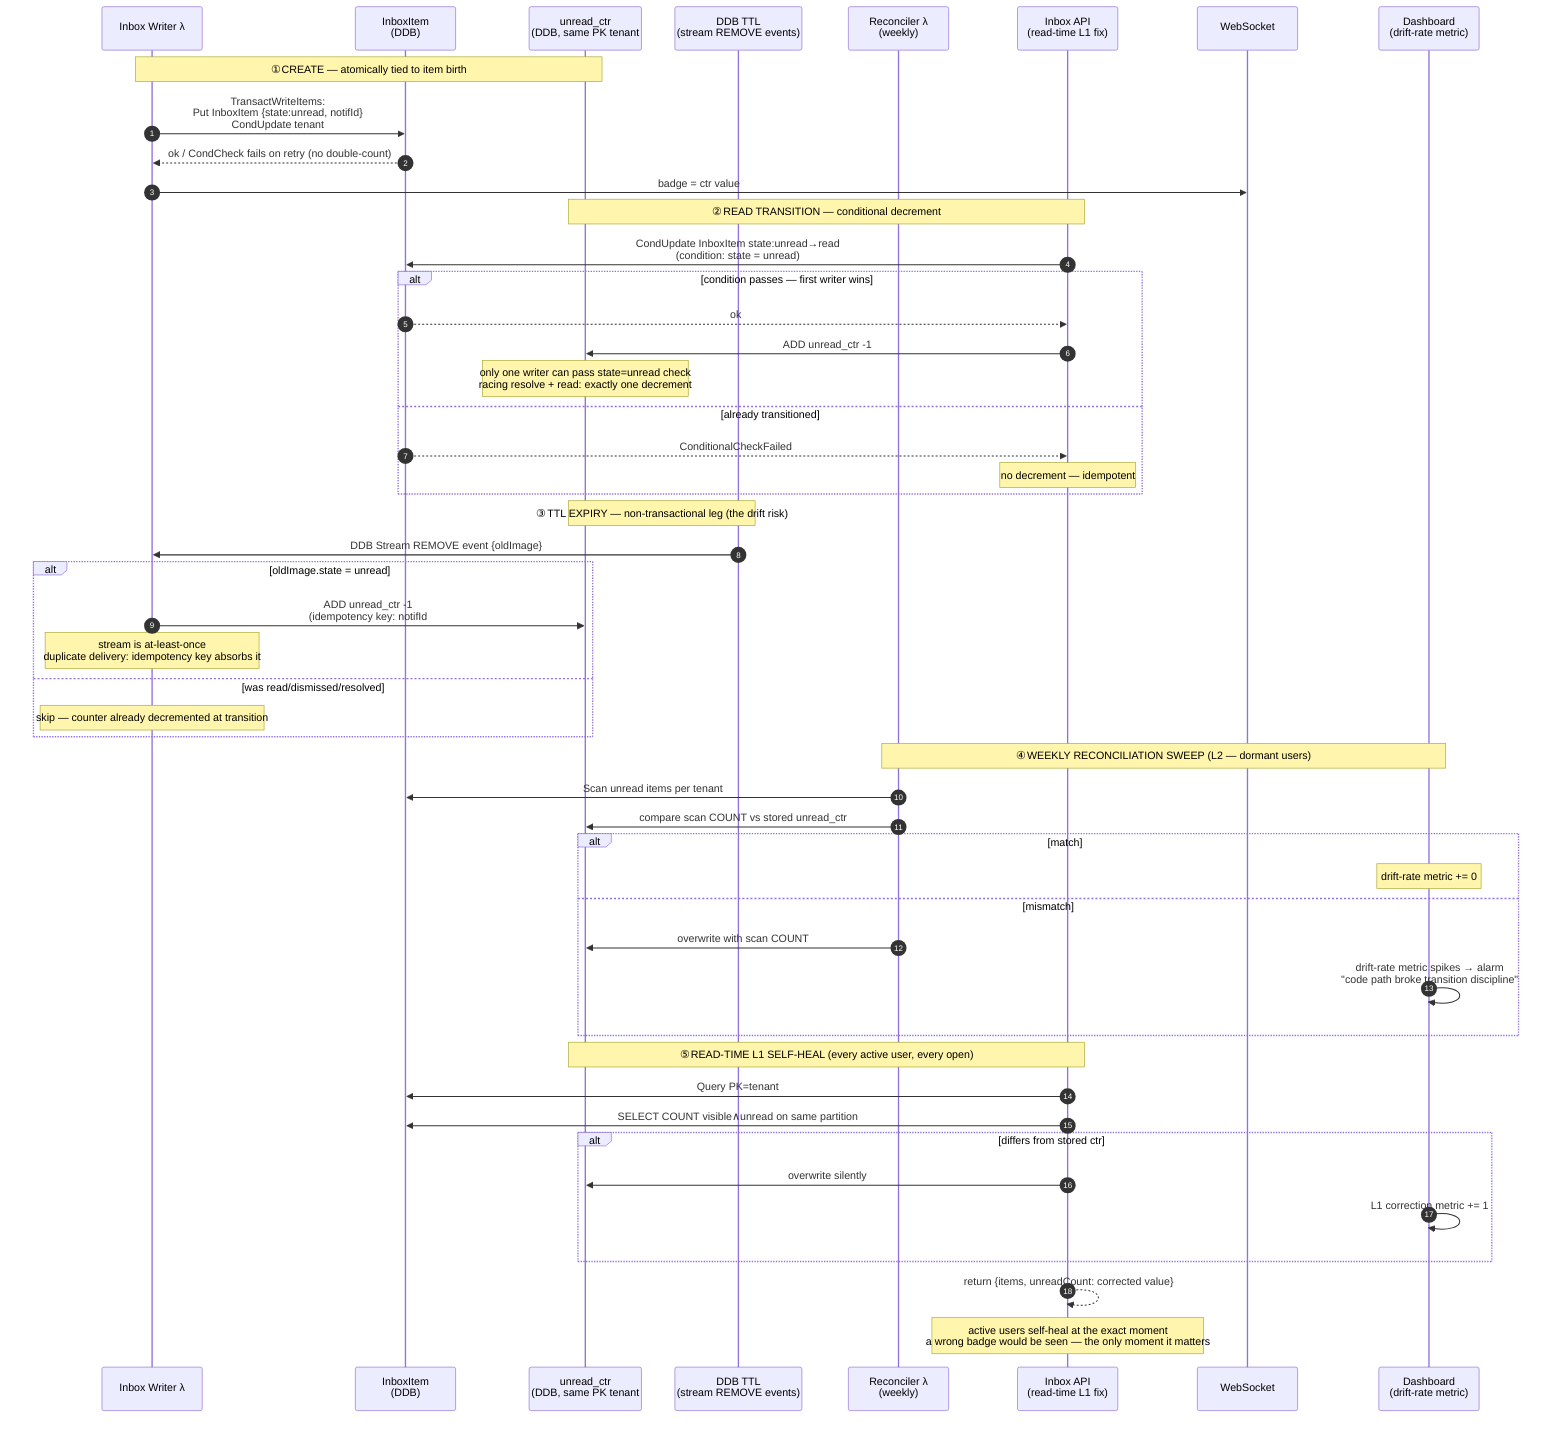
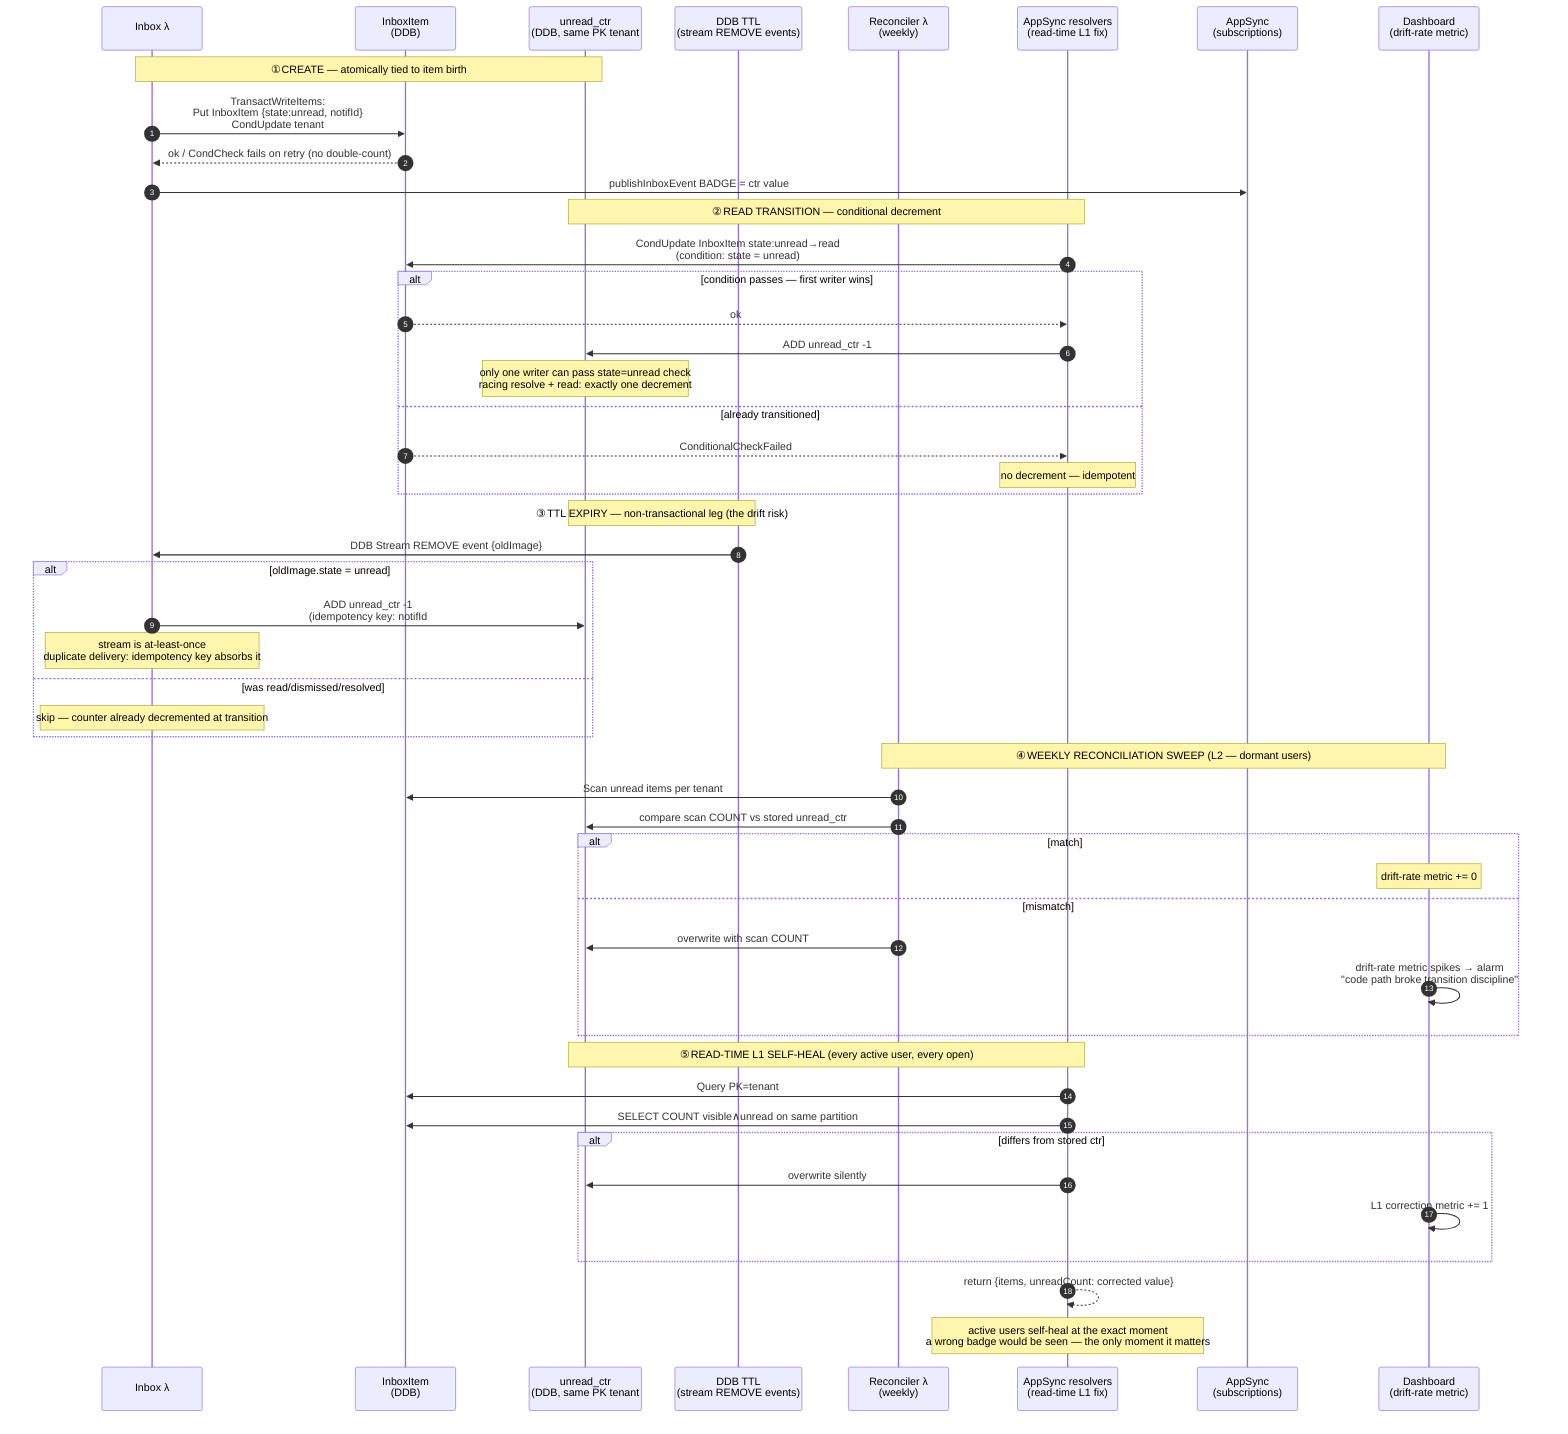
sequenceDiagram
    autonumber
-     participant IW as Inbox Writer λ
+     participant IW as Inbox λ
    participant DB as InboxItem<br/>(DDB)
    participant CTR as unread_ctr<br/>(DDB, same PK tenant#user)
    participant TTL as DDB TTL<br/>(stream REMOVE events)
    participant REC as Reconciler λ<br/>(weekly)
-     participant API as Inbox API<br/>(read-time L1 fix)
-     participant WS as WebSocket
+     participant API as AppSync resolvers<br/>(read-time L1 fix)
+     participant AS as AppSync<br/>(subscriptions)
    participant DASH as Dashboard<br/>(drift-rate metric)

    Note over IW,CTR: ① CREATE — atomically tied to item birth
    IW->>DB: TransactWriteItems:<br/>  Put InboxItem {state:unread, notifId}<br/>  CondUpdate tenant#user: ADD unread_ctr +1<br/>  (condition: notifId NOT exists = idempotent guard)
    DB-->>IW: ok / CondCheck fails on retry (no double-count)
-     IW->>WS: badge = ctr value
+     IW->>AS: publishInboxEvent BADGE = ctr value

    Note over API,CTR: ② READ TRANSITION — conditional decrement
    API->>DB: CondUpdate InboxItem state:unread→read<br/>(condition: state = unread)
    alt condition passes — first writer wins
        DB-->>API: ok
        API->>CTR: ADD unread_ctr -1
        Note over CTR: only one writer can pass state=unread check<br/>racing resolve + read: exactly one decrement
    else already transitioned
        DB-->>API: ConditionalCheckFailed
        Note over API: no decrement — idempotent
    end

    Note over TTL,CTR: ③ TTL EXPIRY — non-transactional leg (the drift risk)
    TTL->>IW: DDB Stream REMOVE event {oldImage}
    alt oldImage.state = unread
        IW->>CTR: ADD unread_ctr -1<br/>(idempotency key: notifId#expiry, TTL 48h)
        Note over IW: stream is at-least-once<br/>duplicate delivery: idempotency key absorbs it
    else was read/dismissed/resolved
        Note over IW: skip — counter already decremented at transition
    end

    Note over REC,DASH: ④ WEEKLY RECONCILIATION SWEEP (L2 — dormant users)
    REC->>DB: Scan unread items per tenant#user<br/>(projected: userId COUNT)
    REC->>CTR: compare scan COUNT vs stored unread_ctr
    alt match
        Note over DASH: drift-rate metric += 0
    else mismatch
        REC->>CTR: overwrite with scan COUNT
        DASH->>DASH: drift-rate metric spikes → alarm<br/>"code path broke transition discipline"
    end

    Note over API,CTR: ⑤ READ-TIME L1 SELF-HEAL (every active user, every open)
-     API->>DB: Query PK=tenant#user (already needed for list)
+     API->>DB: Query PK=tenant#user (already needed for inbox query)
    API->>DB: SELECT COUNT visible∧unread on same partition
    alt differs from stored ctr
        API->>CTR: overwrite silently
        DASH->>DASH: L1 correction metric += 1
    end
    API-->>API: return {items, unreadCount: corrected value}
    Note over API: active users self-heal at the exact moment<br/>a wrong badge would be seen — the only moment it matters
